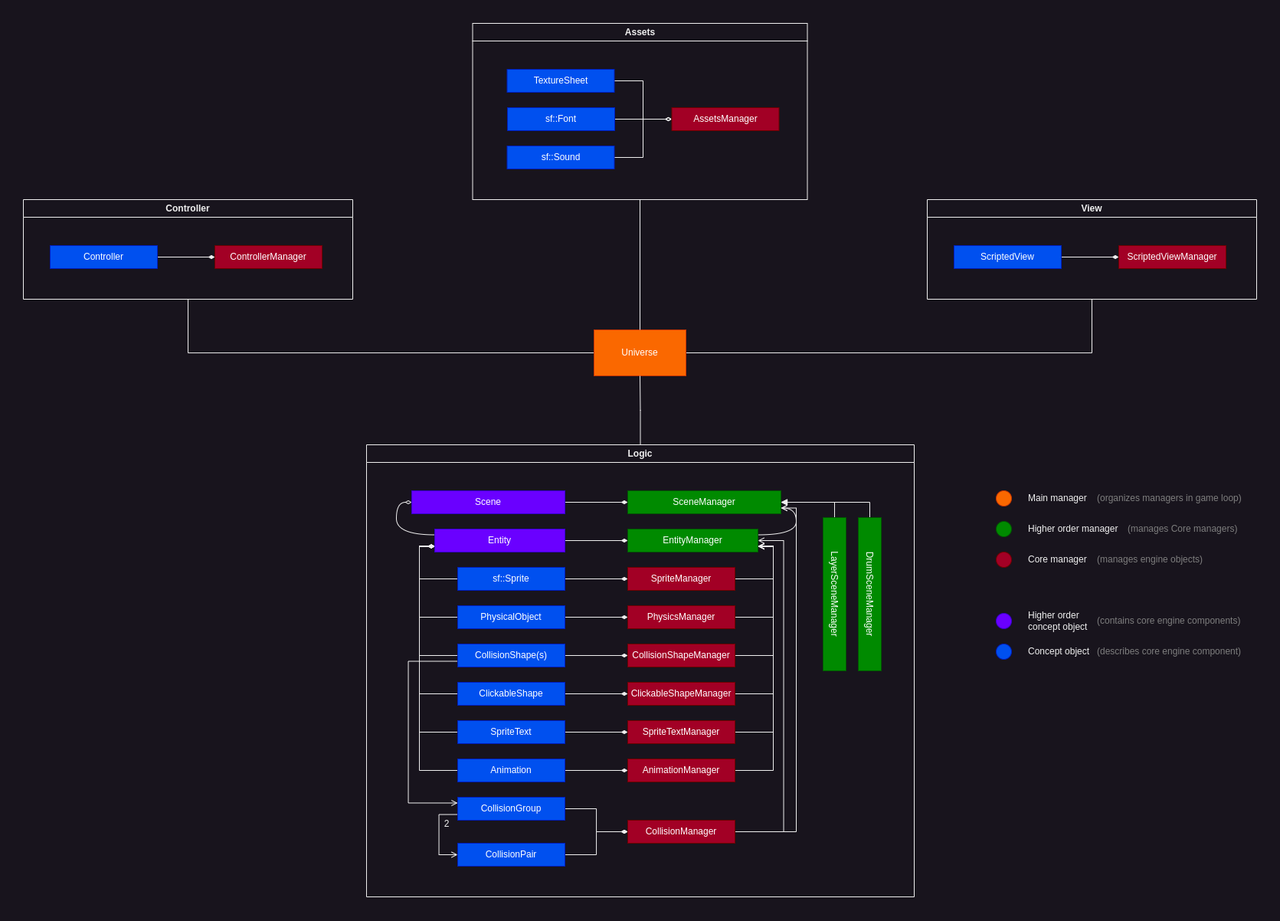
Earlier version of the draw.io export notes/Engine.drawio.png (codeandjoy/SGE). Source tidied: cells renumbered, new cells last; positions are measured from the earlier drawing's top-left corner, leaving out a move shared by most shapes.
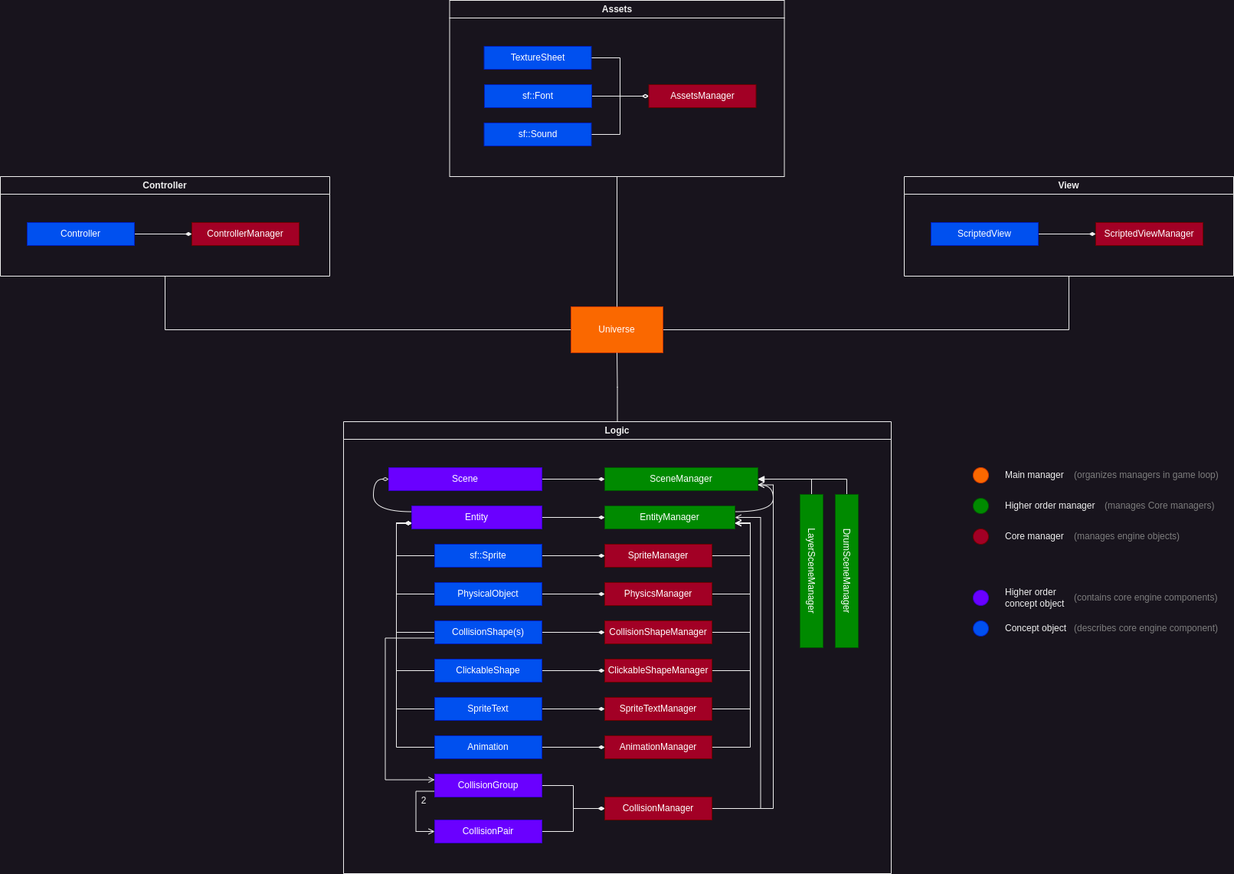
After the change.

Diff of the diagram source:
```diff
@@ -164,13 +164,13 @@
     <mxCell id="50" style="edgeStyle=orthogonalEdgeStyle;rounded=0;jettySize=auto;html=1;exitX=1;exitY=0.5;exitDx=0;exitDy=0;entryX=0;entryY=0.5;entryDx=0;entryDy=0;endArrow=diamondThin;endFill=1;" parent="6" edge="1" source="51" target="48">
       <mxGeometry relative="1" as="geometry" />
     </mxCell>
-    <mxCell id="51" value="CollisionGroup" style="rounded=0;whiteSpace=wrap;html=1;fillColor=#0050ef;fontColor=#ffffff;strokeColor=#001DBC;" parent="6" vertex="1">
+    <mxCell id="51" value="CollisionGroup" style="rounded=0;whiteSpace=wrap;html=1;fillColor=#6a00ff;fontColor=#ffffff;strokeColor=#3700CC;" parent="6" vertex="1">
       <mxGeometry x="119" y="460" width="140" height="30" as="geometry" />
     </mxCell>
     <mxCell id="52" style="edgeStyle=orthogonalEdgeStyle;rounded=0;jettySize=auto;html=1;exitX=1;exitY=0.5;exitDx=0;exitDy=0;entryX=0;entryY=0.5;entryDx=0;entryDy=0;endArrow=diamondThin;endFill=1;" parent="6" edge="1" source="53" target="48">
       <mxGeometry relative="1" as="geometry" />
     </mxCell>
-    <mxCell id="53" value="CollisionPair" style="rounded=0;whiteSpace=wrap;html=1;fillColor=#0050ef;fontColor=#ffffff;strokeColor=#001DBC;" parent="6" vertex="1">
+    <mxCell id="53" value="CollisionPair" style="rounded=0;whiteSpace=wrap;html=1;fillColor=#6a00ff;fontColor=#ffffff;strokeColor=#3700CC;" parent="6" vertex="1">
       <mxGeometry x="119" y="520" width="140" height="30" as="geometry" />
     </mxCell>
     <mxCell id="54" value="2" style="text;html=1;strokeColor=none;fillColor=none;align=center;verticalAlign=middle;whiteSpace=wrap;rounded=0;" parent="6" vertex="1">
```
